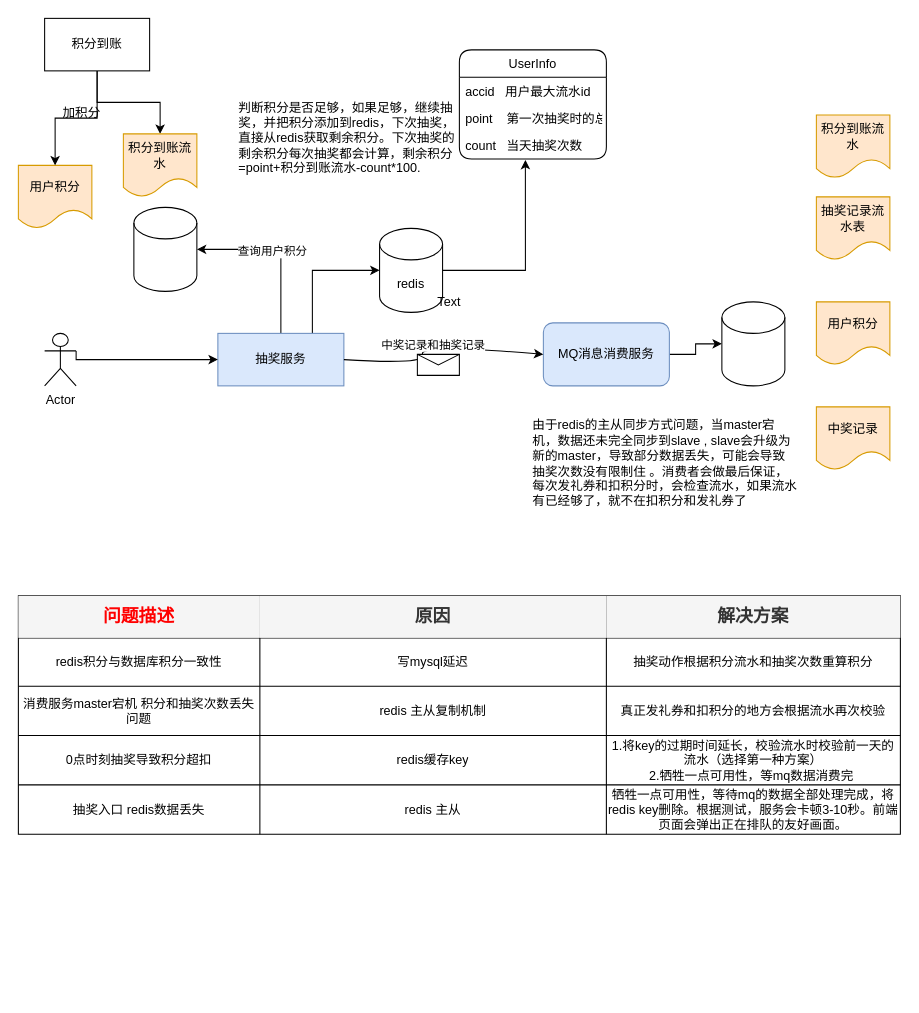
Above: Untitled Diagram.drawio in dawnq5/draw.io (draw.io), before the change. Source tidied: cells renumbered, new cells numbered last; positions are measured from the earlier drawing's top-left corner, leaving out a move shared by most shapes. Both pictures are drawn from the tidied source at 105%, with x=0, y=0 at pixel (18, 18).
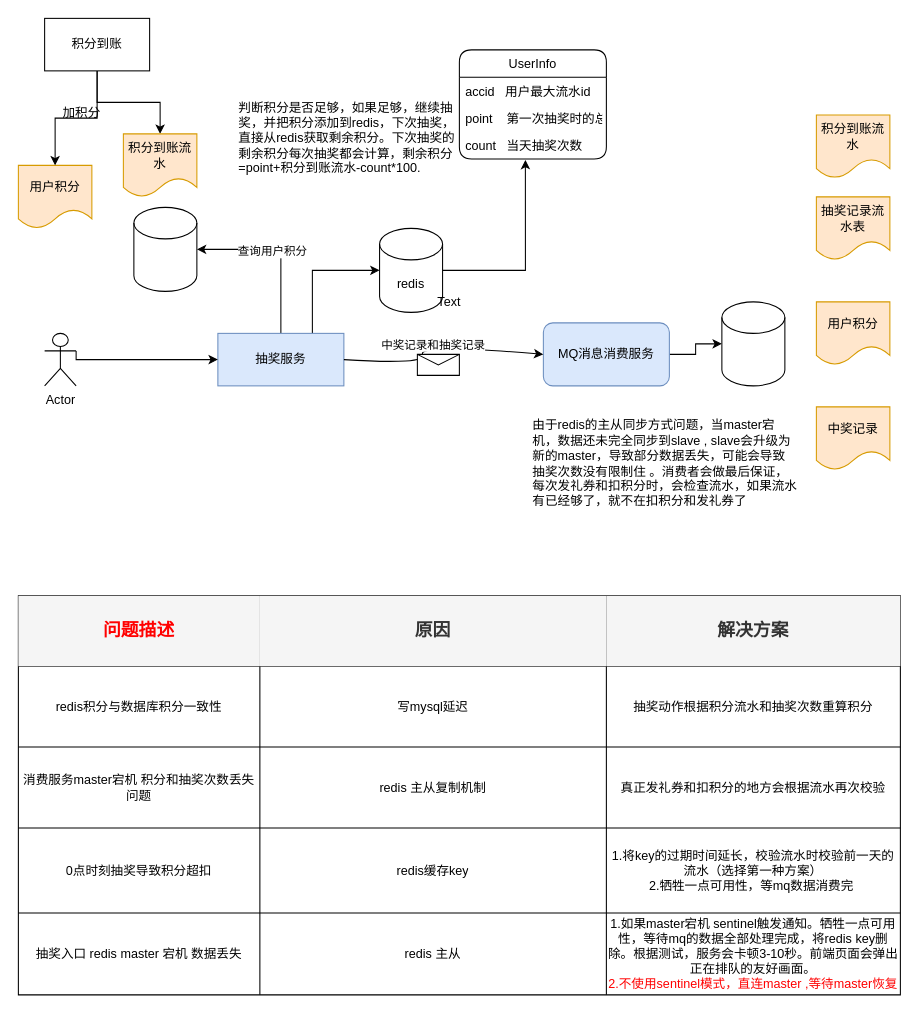
After the change.

Change to the diagram source:
```diff
@@
     <mxCell id="34" style="shape=table;html=1;whiteSpace=wrap;startSize=0;childLayout=tableLayout;rowLines=1;swimlaneLine=1;fontSize=15;" parent="1" vertex="1">
-      <mxGeometry y="550" width="840" height="227" as="geometry" />
+      <mxGeometry y="550" width="840" height="380" as="geometry" />
     </mxCell>
     <mxCell id="35" style="shape=tableRow;horizontal=0;startSize=0;swimlaneHead=0;swimlaneBody=0;top=0;left=0;bottom=0;right=0;fillColor=none;" parent="34" vertex="1">
-      <mxGeometry width="840" height="40" as="geometry" />
+      <mxGeometry width="840" height="67" as="geometry" />
     </mxCell>
     <mxCell id="36" value="问题描述" style="shape=partialRectangle;html=1;whiteSpace=wrap;fillColor=#f5f5f5;top=0;left=0;bottom=0;right=0;overflow=hidden;fontColor=#FF0000;strokeColor=#000000;fontStyle=1;fontSize=17;" parent="35" vertex="1">
-      <mxGeometry width="230" height="40" as="geometry" />
+      <mxGeometry width="230" height="67" as="geometry" />
     </mxCell>
     <mxCell id="37" value="原因" style="shape=partialRectangle;html=1;whiteSpace=wrap;fillColor=#f5f5f5;top=0;left=0;bottom=0;right=0;overflow=hidden;fontColor=#333333;strokeColor=#000000;fontStyle=1;fontSize=17;" parent="35" vertex="1">
-      <mxGeometry x="230" width="330" height="40" as="geometry" />
+      <mxGeometry x="230" width="330" height="67" as="geometry" />
     </mxCell>
     <mxCell id="38" value="解决方案" style="shape=partialRectangle;html=1;whiteSpace=wrap;fillColor=#f5f5f5;top=0;left=0;bottom=0;right=0;overflow=hidden;fontColor=#333333;strokeColor=#000000;fontStyle=1;fontSize=17;" parent="35" vertex="1">
-      <mxGeometry x="560" width="280" height="40" as="geometry" />
+      <mxGeometry x="560" width="280" height="67" as="geometry" />
     </mxCell>
     <mxCell id="39" style="shape=tableRow;horizontal=0;startSize=0;swimlaneHead=0;swimlaneBody=0;top=0;left=0;bottom=0;right=0;fillColor=none;" parent="34" vertex="1">
-      <mxGeometry y="40" width="840" height="46" as="geometry" />
+      <mxGeometry y="67" width="840" height="77" as="geometry" />
     </mxCell>
     <mxCell id="40" value="redis积分与数据库积分一致性" style="shape=partialRectangle;html=1;whiteSpace=wrap;fillColor=none;top=0;left=0;bottom=0;right=0;overflow=hidden;" parent="39" vertex="1">
-      <mxGeometry width="230" height="46" as="geometry" />
+      <mxGeometry width="230" height="77" as="geometry" />
     </mxCell>
     <mxCell id="41" value="写mysql延迟" style="shape=partialRectangle;html=1;whiteSpace=wrap;fillColor=none;top=0;left=0;bottom=0;right=0;overflow=hidden;" parent="39" vertex="1">
-      <mxGeometry x="230" width="330" height="46" as="geometry" />
+      <mxGeometry x="230" width="330" height="77" as="geometry" />
     </mxCell>
     <mxCell id="42" value="抽奖动作根据积分流水和抽奖次数重算积分" style="shape=partialRectangle;html=1;whiteSpace=wrap;fillColor=none;top=0;left=0;bottom=0;right=0;overflow=hidden;" parent="39" vertex="1">
-      <mxGeometry x="560" width="280" height="46" as="geometry" />
+      <mxGeometry x="560" width="280" height="77" as="geometry" />
     </mxCell>
     <mxCell id="43" style="shape=tableRow;horizontal=0;startSize=0;swimlaneHead=0;swimlaneBody=0;top=0;left=0;bottom=0;right=0;fillColor=none;" parent="34" vertex="1">
-      <mxGeometry y="86" width="840" height="47" as="geometry" />
+      <mxGeometry y="144" width="840" height="77" as="geometry" />
     </mxCell>
     <mxCell id="44" value="消费服务master宕机 积分和抽奖次数丢失问题" style="shape=partialRectangle;html=1;whiteSpace=wrap;fillColor=none;top=0;left=0;bottom=0;right=0;overflow=hidden;" parent="43" vertex="1">
-      <mxGeometry width="230" height="47" as="geometry" />
+      <mxGeometry width="230" height="77" as="geometry" />
     </mxCell>
     <mxCell id="45" value="redis 主从复制机制" style="shape=partialRectangle;html=1;whiteSpace=wrap;fillColor=none;top=0;left=0;bottom=0;right=0;overflow=hidden;" parent="43" vertex="1">
-      <mxGeometry x="230" width="330" height="47" as="geometry" />
+      <mxGeometry x="230" width="330" height="77" as="geometry" />
     </mxCell>
     <mxCell id="46" value="真正发礼券和扣积分的地方会根据流水再次校验" style="shape=partialRectangle;html=1;whiteSpace=wrap;fillColor=none;top=0;left=0;bottom=0;right=0;overflow=hidden;" parent="43" vertex="1">
-      <mxGeometry x="560" width="280" height="47" as="geometry" />
+      <mxGeometry x="560" width="280" height="77" as="geometry" />
     </mxCell>
     <mxCell id="47" style="shape=tableRow;horizontal=0;startSize=0;swimlaneHead=0;swimlaneBody=0;top=0;left=0;bottom=0;right=0;fillColor=none;" parent="34" vertex="1">
-      <mxGeometry y="133" width="840" height="47" as="geometry" />
+      <mxGeometry y="221" width="840" height="81" as="geometry" />
     </mxCell>
     <mxCell id="48" value="0点时刻抽奖导致积分超扣" style="shape=partialRectangle;html=1;whiteSpace=wrap;fillColor=none;top=0;left=0;bottom=0;right=0;overflow=hidden;" parent="47" vertex="1">
-      <mxGeometry width="230" height="47" as="geometry" />
+      <mxGeometry width="230" height="81" as="geometry" />
     </mxCell>
     <mxCell id="49" value="redis缓存key" style="shape=partialRectangle;html=1;whiteSpace=wrap;fillColor=none;top=0;left=0;bottom=0;right=0;overflow=hidden;" parent="47" vertex="1">
-      <mxGeometry x="230" width="330" height="47" as="geometry" />
+      <mxGeometry x="230" width="330" height="81" as="geometry" />
     </mxCell>
     <mxCell id="50" value="1.将key的过期时间延长，校验流水时校验前一天的流水（选择第一种方案）&lt;br&gt;2.牺牲一点可用性，等mq数据消费完&amp;nbsp;" style="shape=partialRectangle;html=1;whiteSpace=wrap;fillColor=none;top=0;left=0;bottom=0;right=0;overflow=hidden;" parent="47" vertex="1">
-      <mxGeometry x="560" width="280" height="47" as="geometry" />
+      <mxGeometry x="560" width="280" height="81" as="geometry" />
     </mxCell>
     <mxCell id="51" style="shape=tableRow;horizontal=0;startSize=0;swimlaneHead=0;swimlaneBody=0;top=0;left=0;bottom=0;right=0;fillColor=none;" parent="34" vertex="1">
-      <mxGeometry y="180" width="840" height="47" as="geometry" />
+      <mxGeometry y="302" width="840" height="78" as="geometry" />
     </mxCell>
-    <mxCell id="52" value="抽奖入口 redis数据丢失" style="shape=partialRectangle;html=1;whiteSpace=wrap;fillColor=none;top=0;left=0;bottom=0;right=0;overflow=hidden;" parent="51" vertex="1">
-      <mxGeometry width="230" height="47" as="geometry" />
+    <mxCell id="52" value="抽奖入口 redis master 宕机 数据丢失" style="shape=partialRectangle;html=1;whiteSpace=wrap;fillColor=none;top=0;left=0;bottom=0;right=0;overflow=hidden;" parent="51" vertex="1">
+      <mxGeometry width="230" height="78" as="geometry" />
     </mxCell>
     <mxCell id="53" value="redis 主从" style="shape=partialRectangle;html=1;whiteSpace=wrap;fillColor=none;top=0;left=0;bottom=0;right=0;overflow=hidden;" parent="51" vertex="1">
-      <mxGeometry x="230" width="330" height="47" as="geometry" />
+      <mxGeometry x="230" width="330" height="78" as="geometry" />
     </mxCell>
-    <mxCell id="54" value="牺牲一点可用性，等待mq的数据全部处理完成，将redis key删除。根据测试，服务会卡顿3-10秒。前端页面会弹出正在排队的友好画面。" style="shape=partialRectangle;html=1;whiteSpace=wrap;fillColor=none;top=0;left=0;bottom=0;right=0;overflow=hidden;" parent="51" vertex="1">
-      <mxGeometry x="560" width="280" height="47" as="geometry" />
+    <mxCell id="54" value="1.如果master宕机 sentinel触发通知。牺牲一点可用性，等待mq的数据全部处理完成，将redis key删除。根据测试，服务会卡顿3-10秒。前端页面会弹出正在排队的友好画面。&lt;br&gt;&lt;font color=&quot;#ff0000&quot;&gt;2.不使用sentinel模式，直连master ,等待master恢复&lt;/font&gt;" style="shape=partialRectangle;html=1;whiteSpace=wrap;fillColor=none;top=0;left=0;bottom=0;right=0;overflow=hidden;" parent="51" vertex="1">
+      <mxGeometry x="560" width="280" height="78" as="geometry" />
     </mxCell>
```
